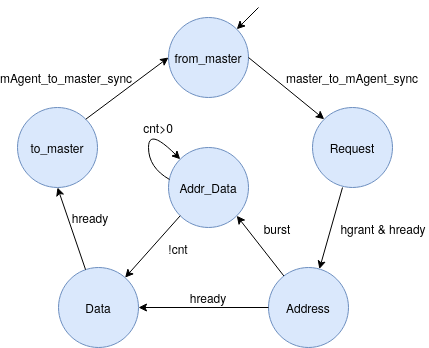
This is figs/hw/mAgent_burstfsm.png from Ovsthus/hovsthus_thesis, a draw.io export, as it was before one commit. Source tidied: cells renumbered, new cells last; positions are measured from the earlier drawing's top-left corner, leaving out a move shared by most shapes. Source of this version:
```xml
<mxGraphModel>
  <root>
    <mxCell id="0" />
    <mxCell id="1" parent="0" />
    <mxCell id="2" value="from_master" style="ellipse;whiteSpace=wrap;html=1;fillColor=#dae8fc;strokeColor=#6c8ebf;" parent="1" vertex="1">
      <mxGeometry x="151" y="10" width="80" height="80" as="geometry" />
    </mxCell>
    <mxCell id="3" value="Request" style="ellipse;whiteSpace=wrap;html=1;fillColor=#dae8fc;strokeColor=#6c8ebf;" parent="1" vertex="1">
      <mxGeometry x="295" y="100" width="80" height="80" as="geometry" />
    </mxCell>
    <mxCell id="4" value="&lt;div&gt;Address &lt;br&gt;&lt;/div&gt;" style="ellipse;whiteSpace=wrap;html=1;fillColor=#dae8fc;strokeColor=#6c8ebf;" parent="1" vertex="1">
      <mxGeometry x="251" y="260" width="80" height="80" as="geometry" />
    </mxCell>
    <mxCell id="5" value="Data " style="ellipse;whiteSpace=wrap;html=1;fillColor=#dae8fc;strokeColor=#6c8ebf;" parent="1" vertex="1">
      <mxGeometry x="41" y="260" width="80" height="80" as="geometry" />
    </mxCell>
    <mxCell id="6" value="to_master" style="ellipse;whiteSpace=wrap;html=1;fillColor=#dae8fc;strokeColor=#6c8ebf;" parent="1" vertex="1">
      <mxGeometry y="100" width="80" height="80" as="geometry" />
    </mxCell>
    <mxCell id="7" style="endArrow=classic;html=1;exitX=1;exitY=0.5;exitDx=0;exitDy=0;entryX=0;entryY=0;entryDx=0;entryDy=0;" parent="1" edge="1" source="2" target="3">
      <mxGeometry relative="1" as="geometry" />
    </mxCell>
    <mxCell id="8" style="endArrow=classic;html=1;exitX=0.375;exitY=1;exitDx=0;exitDy=0;exitPerimeter=0;" parent="1" edge="1" source="3" target="4">
      <mxGeometry relative="1" as="geometry" />
    </mxCell>
    <mxCell id="9" style="endArrow=classic;html=1;exitX=0;exitY=0.5;exitDx=0;exitDy=0;entryX=1;entryY=0.5;entryDx=0;entryDy=0;" parent="1" edge="1" source="4" target="5">
      <mxGeometry relative="1" as="geometry" />
    </mxCell>
    <mxCell id="10" style="endArrow=classic;html=1;entryX=0.5;entryY=1;entryDx=0;entryDy=0;" parent="1" edge="1" source="5" target="6">
      <mxGeometry relative="1" as="geometry" />
    </mxCell>
    <mxCell id="11" style="endArrow=classic;html=1;exitX=1;exitY=0;exitDx=0;exitDy=0;entryX=0;entryY=0.5;entryDx=0;entryDy=0;" parent="1" edge="1" source="6" target="2">
      <mxGeometry relative="1" as="geometry" />
    </mxCell>
    <mxCell id="12" value="master_to_mAgent_sync" style="text;html=1;strokeColor=none;fillColor=none;align=center;verticalAlign=middle;whiteSpace=wrap;rounded=0;" parent="1" vertex="1">
      <mxGeometry x="280" y="60" width="110" height="20" as="geometry" />
    </mxCell>
    <mxCell id="13" value="hgrant &amp;amp; hready" style="text;html=1;strokeColor=none;fillColor=none;align=center;verticalAlign=middle;whiteSpace=wrap;rounded=0;" parent="1" vertex="1">
      <mxGeometry x="321" y="211" width="90" height="20" as="geometry" />
    </mxCell>
    <mxCell id="14" value="hready" style="text;html=1;strokeColor=none;fillColor=none;align=center;verticalAlign=middle;whiteSpace=wrap;rounded=0;" parent="1" vertex="1">
      <mxGeometry x="171" y="280" width="40" height="20" as="geometry" />
    </mxCell>
    <mxCell id="15" value="hready" style="text;html=1;strokeColor=none;fillColor=none;align=center;verticalAlign=middle;whiteSpace=wrap;rounded=0;" parent="1" vertex="1">
      <mxGeometry x="51" y="200" width="44" height="20" as="geometry" />
    </mxCell>
    <mxCell id="16" value="mAgent_to_master_sync" style="text;html=1;strokeColor=none;fillColor=none;align=center;verticalAlign=middle;whiteSpace=wrap;rounded=0;" parent="1" vertex="1">
      <mxGeometry x="21" y="60" width="56" height="20" as="geometry" />
    </mxCell>
    <mxCell id="17" style="endArrow=classic;html=1;entryX=1;entryY=0;entryDx=0;entryDy=0;" parent="1" edge="1" target="2">
      <mxGeometry relative="1" as="geometry">
        <mxPoint x="241" as="sourcePoint" />
      </mxGeometry>
    </mxCell>
    <mxCell id="18" value="Addr_Data" style="ellipse;whiteSpace=wrap;html=1;fillColor=#dae8fc;strokeColor=#6c8ebf;" parent="1" vertex="1">
      <mxGeometry x="151" y="140" width="80" height="80" as="geometry" />
    </mxCell>
    <mxCell id="19" style="endArrow=classic;html=1;entryX=1;entryY=1;entryDx=0;entryDy=0;" parent="1" edge="1" source="4" target="18">
      <mxGeometry relative="1" as="geometry" />
    </mxCell>
    <mxCell id="20" style="endArrow=classic;html=1;exitX=0;exitY=1;exitDx=0;exitDy=0;" parent="1" edge="1" source="18" target="5">
      <mxGeometry relative="1" as="geometry" />
    </mxCell>
    <mxCell id="21" value="burst" style="text;html=1;strokeColor=none;fillColor=none;align=center;verticalAlign=middle;whiteSpace=wrap;rounded=0;" parent="1" vertex="1">
      <mxGeometry x="240" y="211" width="40" height="20" as="geometry" />
    </mxCell>
    <mxCell id="22" value="cnt&amp;gt;0" style="text;html=1;strokeColor=none;fillColor=none;align=center;verticalAlign=middle;whiteSpace=wrap;rounded=0;" parent="1" vertex="1">
      <mxGeometry x="121" y="110" width="40" height="20" as="geometry" />
    </mxCell>
    <mxCell id="23" value="!cnt" style="text;html=1;strokeColor=none;fillColor=none;align=center;verticalAlign=middle;whiteSpace=wrap;rounded=0;" parent="1" vertex="1">
      <mxGeometry x="141" y="231" width="40" height="20" as="geometry" />
    </mxCell>
    <mxCell id="24" style="curved=1;endArrow=classic;html=1;exitX=0.013;exitY=0.4;exitDx=0;exitDy=0;exitPerimeter=0;entryX=0;entryY=0;entryDx=0;entryDy=0;" parent="1" edge="1" source="18" target="18">
      <mxGeometry relative="1" as="geometry">
        <Array as="points">
          <mxPoint x="131" y="160" />
          <mxPoint x="131" y="120" />
        </Array>
      </mxGeometry>
    </mxCell>
  </root>
</mxGraphModel>
```
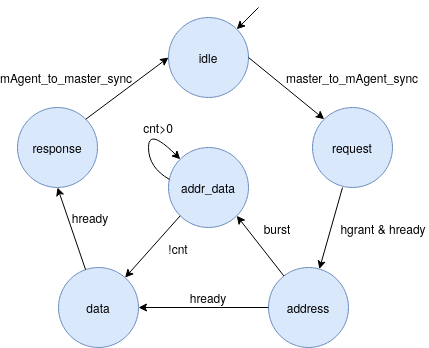
After the change.

The edit, as a diff of the source:
```diff
@@ -2,19 +2,19 @@
   <root>
     <mxCell id="0" />
     <mxCell id="1" parent="0" />
-    <mxCell id="2" value="from_master" style="ellipse;whiteSpace=wrap;html=1;fillColor=#dae8fc;strokeColor=#6c8ebf;" parent="1" vertex="1">
+    <mxCell id="2" value="idle" style="ellipse;whiteSpace=wrap;html=1;fillColor=#dae8fc;strokeColor=#6c8ebf;" parent="1" vertex="1">
       <mxGeometry x="151" y="10" width="80" height="80" as="geometry" />
     </mxCell>
-    <mxCell id="3" value="Request" style="ellipse;whiteSpace=wrap;html=1;fillColor=#dae8fc;strokeColor=#6c8ebf;" parent="1" vertex="1">
+    <mxCell id="3" value="request" style="ellipse;whiteSpace=wrap;html=1;fillColor=#dae8fc;strokeColor=#6c8ebf;" parent="1" vertex="1">
       <mxGeometry x="295" y="100" width="80" height="80" as="geometry" />
     </mxCell>
-    <mxCell id="4" value="&lt;div&gt;Address &lt;br&gt;&lt;/div&gt;" style="ellipse;whiteSpace=wrap;html=1;fillColor=#dae8fc;strokeColor=#6c8ebf;" parent="1" vertex="1">
+    <mxCell id="4" value="address" style="ellipse;whiteSpace=wrap;html=1;fillColor=#dae8fc;strokeColor=#6c8ebf;" parent="1" vertex="1">
       <mxGeometry x="251" y="260" width="80" height="80" as="geometry" />
     </mxCell>
-    <mxCell id="5" value="Data " style="ellipse;whiteSpace=wrap;html=1;fillColor=#dae8fc;strokeColor=#6c8ebf;" parent="1" vertex="1">
+    <mxCell id="5" value="data " style="ellipse;whiteSpace=wrap;html=1;fillColor=#dae8fc;strokeColor=#6c8ebf;" parent="1" vertex="1">
       <mxGeometry x="41" y="260" width="80" height="80" as="geometry" />
     </mxCell>
-    <mxCell id="6" value="to_master" style="ellipse;whiteSpace=wrap;html=1;fillColor=#dae8fc;strokeColor=#6c8ebf;" parent="1" vertex="1">
+    <mxCell id="6" value="response" style="ellipse;whiteSpace=wrap;html=1;fillColor=#dae8fc;strokeColor=#6c8ebf;" parent="1" vertex="1">
       <mxGeometry y="100" width="80" height="80" as="geometry" />
     </mxCell>
     <mxCell id="7" style="endArrow=classic;html=1;exitX=1;exitY=0.5;exitDx=0;exitDy=0;entryX=0;entryY=0;entryDx=0;entryDy=0;" parent="1" edge="1" source="2" target="3">
@@ -52,7 +52,7 @@
         <mxPoint x="241" as="sourcePoint" />
       </mxGeometry>
     </mxCell>
-    <mxCell id="18" value="Addr_Data" style="ellipse;whiteSpace=wrap;html=1;fillColor=#dae8fc;strokeColor=#6c8ebf;" parent="1" vertex="1">
+    <mxCell id="18" value="addr_data" style="ellipse;whiteSpace=wrap;html=1;fillColor=#dae8fc;strokeColor=#6c8ebf;" parent="1" vertex="1">
       <mxGeometry x="151" y="140" width="80" height="80" as="geometry" />
     </mxCell>
     <mxCell id="19" style="endArrow=classic;html=1;entryX=1;entryY=1;entryDx=0;entryDy=0;" parent="1" edge="1" source="4" target="18">
```
